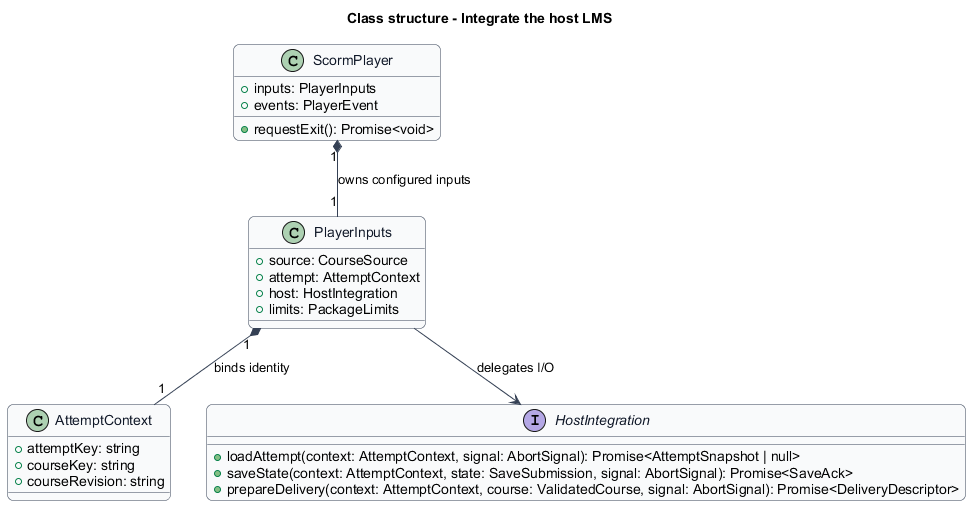
Above: docs/detailed-designs/scorm-player/integrate-host/diagrams/class-structure.png in QuinntyneBrown/Tessera (PlantUML), before the change.
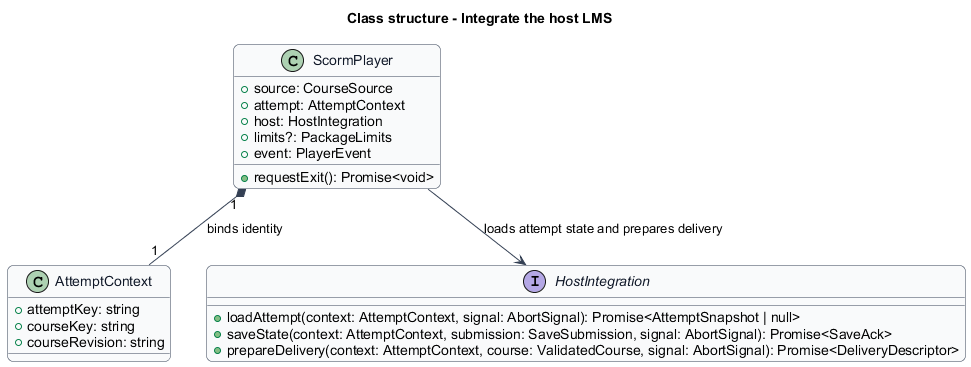
After the commit.

What changed in the source:
```diff
@@ -20,15 +20,12 @@
   BackgroundColor #F9FAFB
 }
 class ScormPlayer {
-  +inputs: PlayerInputs
-  +events: PlayerEvent
-  +requestExit(): Promise<void>
-}
-class PlayerInputs {
   +source: CourseSource
   +attempt: AttemptContext
   +host: HostIntegration
-  +limits: PackageLimits
+  +limits?: PackageLimits
+  +event: PlayerEvent
+  +requestExit(): Promise<void>
 }
 class AttemptContext {
   +attemptKey: string
@@ -37,10 +34,9 @@
 }
 interface HostIntegration {
   +loadAttempt(context: AttemptContext, signal: AbortSignal): Promise<AttemptSnapshot | null>
-  +saveState(context: AttemptContext, state: SaveSubmission, signal: AbortSignal): Promise<SaveAck>
+  +saveState(context: AttemptContext, submission: SaveSubmission, signal: AbortSignal): Promise<SaveAck>
   +prepareDelivery(context: AttemptContext, course: ValidatedCourse, signal: AbortSignal): Promise<DeliveryDescriptor>
 }
-ScormPlayer "1" *-- "1" PlayerInputs : owns configured inputs
-PlayerInputs "1" *-- "1" AttemptContext : binds identity
-PlayerInputs --> HostIntegration : delegates I/O
+ScormPlayer "1" *-- "1" AttemptContext : binds identity
+ScormPlayer --> HostIntegration : loads attempt state and prepares delivery
 @enduml
```
